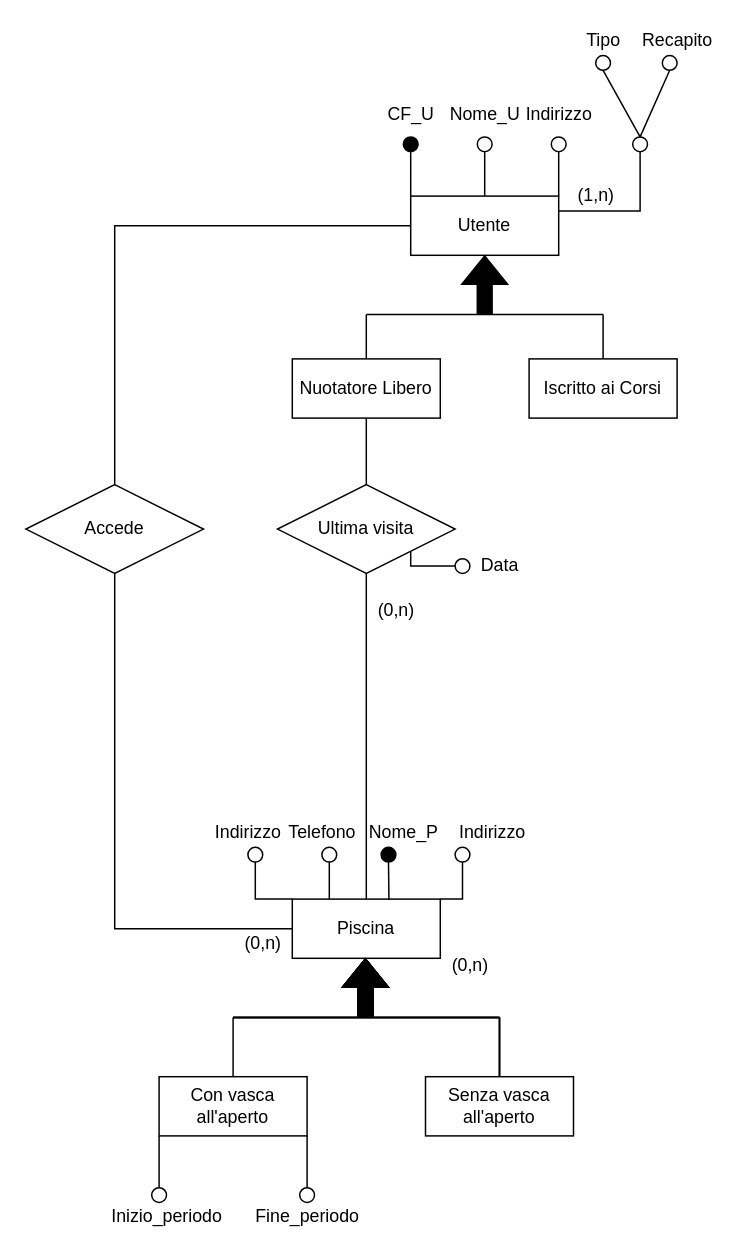
Before: ER Diagrams/temp.drawio in fra-dln/PiscineComunali, a draw.io diagram. Source tidied: cells renumbered, new cells numbered last; positions are measured from the earlier drawing's top-left corner, leaving out a move shared by most shapes. Both pictures are drawn from the tidied source at 148%, with x=0, y=0 at pixel (25, 25).
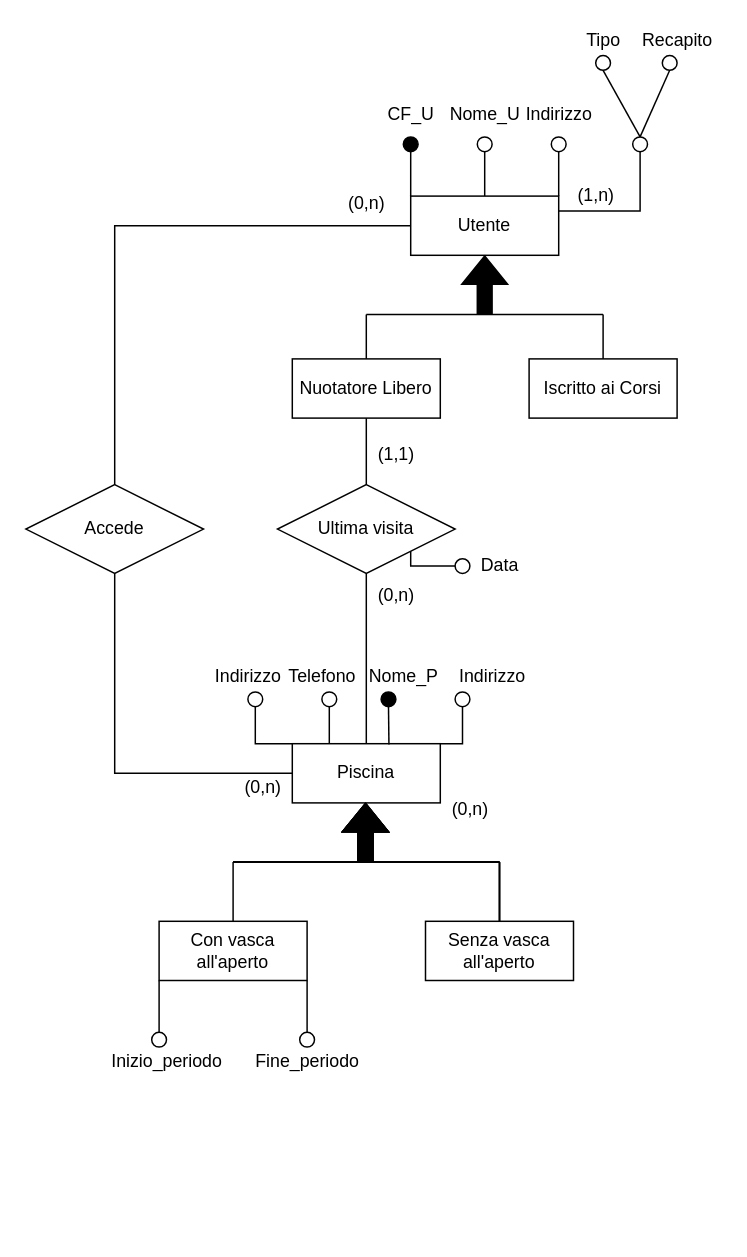
The same page after the edit.

Change to the diagram source:
```diff
@@
     <mxCell id="32" value="Piscina" style="whiteSpace=wrap;html=1;align=center;" parent="1" vertex="1">
-      <mxGeometry x="180" y="590" width="100" height="40" as="geometry" />
+      <mxGeometry x="180" y="485" width="100" height="40" as="geometry" />
     </mxCell>
     <mxCell id="33" style="shape=flexArrow;endArrow=classic;html=1;rounded=0;entryX=0.5;entryY=1;entryDx=0;entryDy=0;fillColor=#000000;" parent="1" edge="1">
       <mxGeometry relative="1" as="geometry">
-        <mxPoint x="229.4" y="670" as="sourcePoint" />
-        <mxPoint x="229.4" y="630" as="targetPoint" />
+        <mxPoint x="229.4" y="565" as="sourcePoint" />
+        <mxPoint x="229.4" y="525" as="targetPoint" />
       </mxGeometry>
     </mxCell>
     <mxCell id="34" style="endArrow=none;html=1;rounded=0;fillColor=#000000;" parent="1" edge="1">
       <mxGeometry relative="1" as="geometry">
-        <mxPoint x="140" y="670" as="sourcePoint" />
-        <mxPoint x="320" y="670" as="targetPoint" />
+        <mxPoint x="140" y="565" as="sourcePoint" />
+        <mxPoint x="320" y="565" as="targetPoint" />
       </mxGeometry>
     </mxCell>
     <mxCell id="35" style="edgeStyle=orthogonalEdgeStyle;rounded=0;jettySize=auto;html=1;exitX=0.5;exitY=0;exitDx=0;exitDy=0;endArrow=none;endFill=0;fillColor=#000000;" parent="1" edge="1" source="38">
       <mxGeometry relative="1" as="geometry">
-        <mxPoint x="140" y="670" as="targetPoint" />
+        <mxPoint x="140" y="565" as="targetPoint" />
         <Array as="points">
-          <mxPoint x="140" y="690" />
-          <mxPoint x="140" y="690" />
+          <mxPoint x="140" y="585" />
+          <mxPoint x="140" y="585" />
         </Array>
       </mxGeometry>
     </mxCell>
@@
     <mxCell id="38" value="Con vasca all'aperto" style="whiteSpace=wrap;html=1;align=center;" parent="1" vertex="1">
-      <mxGeometry x="90" y="710" width="100" height="40" as="geometry" />
+      <mxGeometry x="90" y="605" width="100" height="40" as="geometry" />
     </mxCell>
     <mxCell id="39" style="edgeStyle=orthogonalEdgeStyle;rounded=0;jettySize=auto;html=1;exitX=0.5;exitY=0;exitDx=0;exitDy=0;endArrow=none;endFill=0;fillColor=#000000;" parent="1" edge="1" source="40">
       <mxGeometry relative="1" as="geometry">
-        <mxPoint x="320" y="670" as="targetPoint" />
+        <mxPoint x="320" y="565" as="targetPoint" />
         <Array as="points">
-          <mxPoint x="320" y="670" />
+          <mxPoint x="320" y="565" />
         </Array>
       </mxGeometry>
     </mxCell>
     <mxCell id="40" value="Senza vasca all'aperto" style="whiteSpace=wrap;html=1;align=center;" parent="1" vertex="1">
-      <mxGeometry x="270" y="710" width="100" height="40" as="geometry" />
+      <mxGeometry x="270" y="605" width="100" height="40" as="geometry" />
     </mxCell>
@@
     <mxCell id="46" value="(0,n)" style="text;html=1;align=center;verticalAlign=middle;strokeColor=none;fillColor=none;" parent="1" vertex="1">
-      <mxGeometry x="230" y="385" width="40" height="20" as="geometry" />
+      <mxGeometry x="230" y="375" width="40" height="20" as="geometry" />
     </mxCell>
@@
     <mxCell id="49" value="(0,n)" style="text;html=1;align=center;verticalAlign=middle;strokeColor=none;fillColor=none;" parent="1" vertex="1">
-      <mxGeometry x="140" y="610" width="40" height="20" as="geometry" />
+      <mxGeometry x="140" y="505" width="40" height="20" as="geometry" />
     </mxCell>
     <mxCell id="50" style="ellipse;whiteSpace=wrap;html=1;" parent="1" vertex="1">
-      <mxGeometry x="150" y="555" width="10" height="10" as="geometry" />
+      <mxGeometry x="150" y="450" width="10" height="10" as="geometry" />
     </mxCell>
     <mxCell id="51" style="edgeStyle=orthogonalEdgeStyle;rounded=0;jettySize=auto;html=1;exitX=0.5;exitY=1;exitDx=0;exitDy=0;entryX=0.953;entryY=0.014;entryDx=0;entryDy=0;entryPerimeter=0;endArrow=none;endFill=0;fillColor=#000000;" parent="1" edge="1" source="52">
       <mxGeometry relative="1" as="geometry">
-        <mxPoint x="245.3" y="590.6" as="targetPoint" />
+        <mxPoint x="245.3" y="485.6" as="targetPoint" />
       </mxGeometry>
     </mxCell>
     <mxCell id="52" style="ellipse;whiteSpace=wrap;html=1;fillColor=#000000;" parent="1" vertex="1">
-      <mxGeometry x="240" y="555" width="10" height="10" as="geometry" />
+      <mxGeometry x="240" y="450" width="10" height="10" as="geometry" />
     </mxCell>
     <mxCell id="53" value="Nome_P" style="text;html=1;align=center;verticalAlign=middle;strokeColor=none;fillColor=none;" parent="1" vertex="1">
-      <mxGeometry x="225" y="535" width="60" height="20" as="geometry" />
+      <mxGeometry x="225" y="430" width="60" height="20" as="geometry" />
     </mxCell>
     <mxCell id="54" value="Indirizzo" style="text;html=1;align=center;verticalAlign=middle;strokeColor=none;fillColor=none;" parent="1" vertex="1">
-      <mxGeometry x="120" y="535" width="60" height="20" as="geometry" />
+      <mxGeometry x="120" y="430" width="60" height="20" as="geometry" />
     </mxCell>
     <mxCell id="55" style="ellipse;whiteSpace=wrap;html=1;" parent="1" vertex="1">
-      <mxGeometry x="200" y="555" width="10" height="10" as="geometry" />
+      <mxGeometry x="200" y="450" width="10" height="10" as="geometry" />
     </mxCell>
     <mxCell id="56" value="Telefono" style="text;html=1;align=center;verticalAlign=middle;strokeColor=none;fillColor=none;" parent="1" vertex="1">
-      <mxGeometry x="170" y="535" width="60" height="20" as="geometry" />
+      <mxGeometry x="170" y="430" width="60" height="20" as="geometry" />
     </mxCell>
     <mxCell id="57" style="ellipse;whiteSpace=wrap;html=1;" parent="1" vertex="1">
-      <mxGeometry x="290" y="555" width="10" height="10" as="geometry" />
+      <mxGeometry x="290" y="450" width="10" height="10" as="geometry" />
     </mxCell>
     <mxCell id="58" value="Indirizzo" style="text;html=1;align=center;verticalAlign=middle;strokeColor=none;fillColor=none;" parent="1" vertex="1">
-      <mxGeometry x="285" y="535" width="60" height="20" as="geometry" />
+      <mxGeometry x="285" y="430" width="60" height="20" as="geometry" />
     </mxCell>
     <mxCell id="59" style="ellipse;whiteSpace=wrap;html=1;" parent="1" vertex="1">
-      <mxGeometry x="85" y="785" width="10" height="10" as="geometry" />
+      <mxGeometry x="85" y="680" width="10" height="10" as="geometry" />
     </mxCell>
     <mxCell id="60" style="ellipse;whiteSpace=wrap;html=1;" parent="1" vertex="1">
-      <mxGeometry x="185" y="785" width="10" height="10" as="geometry" />
+      <mxGeometry x="185" y="680" width="10" height="10" as="geometry" />
     </mxCell>
     <mxCell id="61" value="Inizio_periodo" style="text;html=1;align=center;verticalAlign=middle;strokeColor=none;fillColor=none;" parent="1" vertex="1">
-      <mxGeometry x="50" y="795" width="90" height="20" as="geometry" />
+      <mxGeometry x="50" y="690" width="90" height="20" as="geometry" />
     </mxCell>
     <mxCell id="62" value="Fine_periodo" style="text;html=1;align=center;verticalAlign=middle;strokeColor=none;fillColor=none;" parent="1" vertex="1">
-      <mxGeometry x="145" y="795" width="90" height="20" as="geometry" />
+      <mxGeometry x="145" y="690" width="90" height="20" as="geometry" />
     </mxCell>
     <mxCell id="63" style="shape=flexArrow;endArrow=classic;html=1;rounded=0;entryX=0.5;entryY=1;entryDx=0;entryDy=0;fillColor=#000000;" parent="1" edge="1">
       <mxGeometry relative="1" as="geometry">
-        <mxPoint x="229.4" y="670" as="sourcePoint" />
-        <mxPoint x="229.4" y="630" as="targetPoint" />
+        <mxPoint x="229.4" y="565" as="sourcePoint" />
+        <mxPoint x="229.4" y="525" as="targetPoint" />
       </mxGeometry>
     </mxCell>
     <mxCell id="64" style="shape=flexArrow;endArrow=classic;html=1;rounded=0;entryX=0.5;entryY=1;entryDx=0;entryDy=0;fillColor=#000000;" parent="1" edge="1">
       <mxGeometry relative="1" as="geometry">
-        <mxPoint x="229.4" y="670" as="sourcePoint" />
-        <mxPoint x="229.4" y="630" as="targetPoint" />
+        <mxPoint x="229.4" y="565" as="sourcePoint" />
+        <mxPoint x="229.4" y="525" as="targetPoint" />
       </mxGeometry>
     </mxCell>
     <mxCell id="65" style="endArrow=none;html=1;rounded=0;fillColor=#000000;" parent="1" edge="1">
       <mxGeometry relative="1" as="geometry">
-        <mxPoint x="140" y="670" as="sourcePoint" />
-        <mxPoint x="320" y="670" as="targetPoint" />
+        <mxPoint x="140" y="565" as="sourcePoint" />
+        <mxPoint x="320" y="565" as="targetPoint" />
       </mxGeometry>
     </mxCell>
     <mxCell id="66" style="endArrow=none;html=1;rounded=0;fillColor=#000000;" parent="1" edge="1">
       <mxGeometry relative="1" as="geometry">
-        <mxPoint x="140" y="670" as="sourcePoint" />
-        <mxPoint x="320" y="670" as="targetPoint" />
+        <mxPoint x="140" y="565" as="sourcePoint" />
+        <mxPoint x="320" y="565" as="targetPoint" />
       </mxGeometry>
     </mxCell>
     <mxCell id="67" style="shape=flexArrow;endArrow=classic;html=1;rounded=0;entryX=0.5;entryY=1;entryDx=0;entryDy=0;fillColor=#000000;" parent="1" edge="1">
       <mxGeometry relative="1" as="geometry">
-        <mxPoint x="229.4" y="670" as="sourcePoint" />
-        <mxPoint x="229.4" y="630" as="targetPoint" />
+        <mxPoint x="229.4" y="565" as="sourcePoint" />
+        <mxPoint x="229.4" y="525" as="targetPoint" />
       </mxGeometry>
     </mxCell>
     <mxCell id="68" style="edgeStyle=orthogonalEdgeStyle;rounded=0;orthogonalLoop=1;jettySize=auto;html=1;exitX=0.5;exitY=0;exitDx=0;exitDy=0;endArrow=none;endFill=0;fillColor=#000000;" parent="1" edge="1">
       <mxGeometry relative="1" as="geometry">
-        <mxPoint x="320" y="710" as="sourcePoint" />
-        <mxPoint x="320" y="670" as="targetPoint" />
+        <mxPoint x="320" y="605" as="sourcePoint" />
+        <mxPoint x="320" y="565" as="targetPoint" />
         <Array as="points">
-          <mxPoint x="320" y="670" />
+          <mxPoint x="320" y="565" />
         </Array>
       </mxGeometry>
     </mxCell>
     <mxCell id="69" style="endArrow=none;html=1;rounded=0;fillColor=#000000;" parent="1" edge="1">
       <mxGeometry relative="1" as="geometry">
-        <mxPoint x="140" y="670" as="sourcePoint" />
-        <mxPoint x="320" y="670" as="targetPoint" />
+        <mxPoint x="140" y="565" as="sourcePoint" />
+        <mxPoint x="320" y="565" as="targetPoint" />
       </mxGeometry>
     </mxCell>
-    <mxCell id="70" style="shape=flexArrow;endArrow=classic;html=1;rounded=0;entryX=0.5;entryY=1;entryDx=0;entryDy=0;fillColor=#000000;" parent="1" edge="1">
+    <mxCell id="70" style="shape=flexArrow;endArrow=classic;html=1;rounded=0;fillColor=#000000;" parent="1" edge="1" target="32">
       <mxGeometry relative="1" as="geometry">
-        <mxPoint x="229.4" y="670" as="sourcePoint" />
-        <mxPoint x="229.4" y="630" as="targetPoint" />
+        <mxPoint x="229.4" y="565" as="sourcePoint" />
       </mxGeometry>
     </mxCell>
     <mxCell id="71" style="edgeStyle=orthogonalEdgeStyle;rounded=0;orthogonalLoop=1;jettySize=auto;html=1;exitX=0.5;exitY=0;exitDx=0;exitDy=0;endArrow=none;endFill=0;fillColor=#000000;" parent="1" edge="1">
       <mxGeometry relative="1" as="geometry">
-        <mxPoint x="320" y="710" as="sourcePoint" />
-        <mxPoint x="320" y="670" as="targetPoint" />
+        <mxPoint x="320" y="605" as="sourcePoint" />
+        <mxPoint x="320" y="565" as="targetPoint" />
         <Array as="points">
-          <mxPoint x="320" y="670" />
+          <mxPoint x="320" y="565" />
         </Array>
       </mxGeometry>
     </mxCell>
     <mxCell id="72" value="(0,n)" style="text;html=1;align=center;verticalAlign=middle;strokeColor=none;fillColor=none;" parent="1" vertex="1">
-      <mxGeometry x="280" y="625" width="40" height="20" as="geometry" />
+      <mxGeometry x="280" y="520" width="40" height="20" as="geometry" />
     </mxCell>
+    <mxCell id="73" value="(1,1)" style="text;html=1;align=center;verticalAlign=middle;strokeColor=none;fillColor=none;" parent="1" vertex="1">
+      <mxGeometry x="230" y="280" width="40" height="20" as="geometry" />
+    </mxCell>
+    <mxCell id="74" value="(0,n)" style="text;html=1;align=center;verticalAlign=middle;strokeColor=none;fillColor=none;" parent="1" vertex="1">
+      <mxGeometry x="210" y="110" width="40" height="20" as="geometry" />
+    </mxCell>
```
